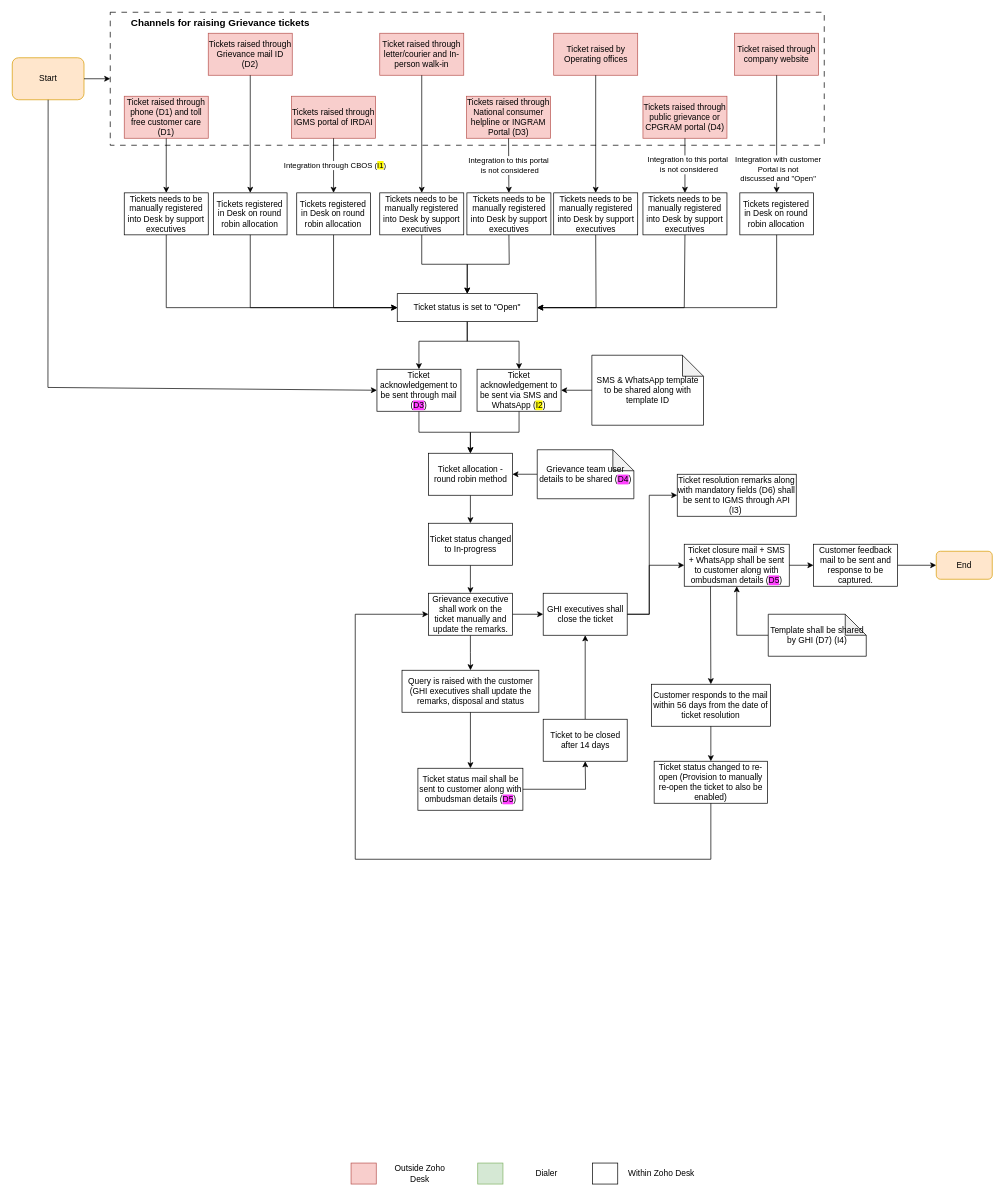
The draw.io diagram Grievance management.drawio in shaileshsreedar/Galaxy, before the edit. Source tidied: cells renumbered, new cells numbered last; positions are measured from the earlier drawing's top-left corner, leaving out a move shared by most shapes. Both pictures are drawn from the tidied source at 70%, with x=0, y=0 at pixel (12, 12).
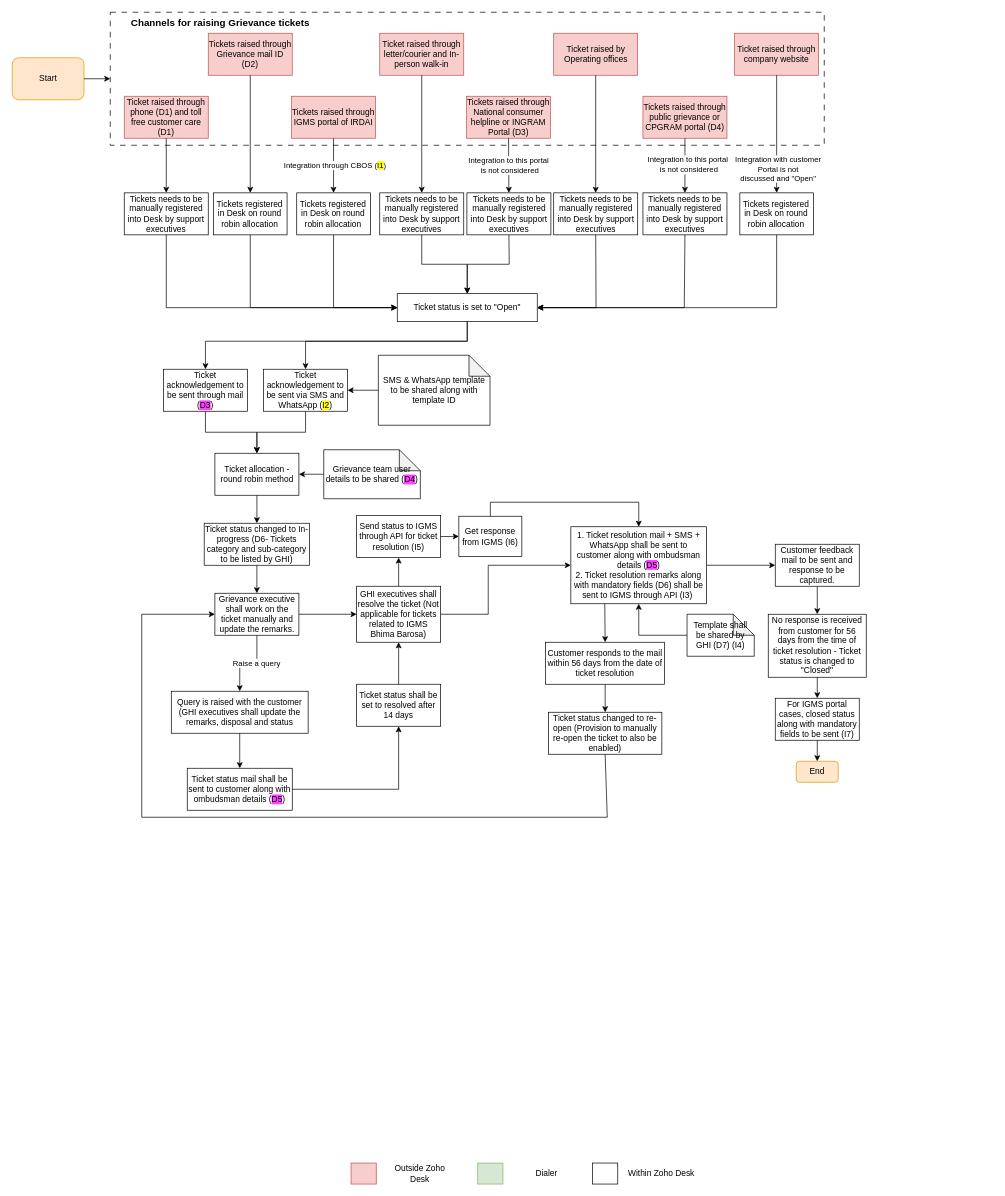
The same diagram, later.

Unchanged cells that the change refers to:
```xml
<mxCell id="4" value="Start" style="rounded=1;whiteSpace=wrap;html=1;fillColor=#ffe6cc;strokeColor=#d79b00;" parent="1" vertex="1">
  <mxGeometry y="65" width="102.5" height="60" as="geometry" />
</mxCell>
<mxCell id="41" value="Ticket status is set to &quot;Open&quot;" style="rounded=0;whiteSpace=wrap;html=1;" parent="1" vertex="1">
  <mxGeometry x="550" y="402" width="200" height="40" as="geometry" />
</mxCell>
<mxCell id="64" style="edgeStyle=orthogonalEdgeStyle;rounded=0;jettySize=auto;html=1;exitX=0.5;exitY=1;exitDx=0;exitDy=0;" parent="1" edge="1" source="65" target="72">
  <mxGeometry relative="1" as="geometry" />
</mxCell>
```

Change to the diagram source:
```diff
@@
-    <mxCell id="5" style="endArrow=classic;html=1;rounded=0;exitX=0.5;exitY=1;exitDx=0;exitDy=0;entryX=0;entryY=0.5;entryDx=0;entryDy=0;" parent="1" edge="1" source="4" target="51">
-      <mxGeometry relative="1" as="geometry">
-        <Array as="points">
-          <mxPoint x="51" y="536" />
-        </Array>
-      </mxGeometry>
-    </mxCell>
@@
-    <mxCell id="40" style="edgeStyle=orthogonalEdgeStyle;rounded=0;jettySize=auto;html=1;exitX=0.5;exitY=1;exitDx=0;exitDy=0;entryX=0.5;entryY=0;entryDx=0;entryDy=0;" parent="1" edge="1" source="41" target="53">
-      <mxGeometry relative="1" as="geometry">
-        <Array as="points">
-          <mxPoint x="650" y="470" />
-          <mxPoint x="724" y="470" />
-        </Array>
-      </mxGeometry>
-    </mxCell>
@@
     <mxCell id="51" value="Ticket acknowledgement to be sent through mail (&lt;span style=&quot;background-color: rgb(255, 64, 255);&quot;&gt;D3&lt;/span&gt;)" style="rounded=0;whiteSpace=wrap;html=1;" parent="1" vertex="1">
-      <mxGeometry x="521" y="510" width="120" height="60" as="geometry" />
+      <mxGeometry x="216" y="510" width="120" height="60" as="geometry" />
     </mxCell>
@@
     <mxCell id="53" value="Ticket acknowledgement to be sent via SMS and WhatsApp (&lt;span style=&quot;background-color: rgb(255, 251, 0);&quot;&gt;I2&lt;/span&gt;)" style="rounded=0;whiteSpace=wrap;html=1;" parent="1" vertex="1">
-      <mxGeometry x="664" y="510" width="120" height="60" as="geometry" />
+      <mxGeometry x="359" y="510" width="120" height="60" as="geometry" />
     </mxCell>
     <mxCell id="54" value="SMS &amp;amp; WhatsApp template to be shared along with template ID" style="shape=note;whiteSpace=wrap;html=1;backgroundOutline=1;darkOpacity=0.05;" parent="1" vertex="1">
-      <mxGeometry x="828" y="490" width="159.5" height="100" as="geometry" />
+      <mxGeometry x="523" y="490" width="159.5" height="100" as="geometry" />
     </mxCell>
@@
     <mxCell id="56" style="endArrow=classic;html=1;rounded=0;exitX=0.5;exitY=1;exitDx=0;exitDy=0;entryX=0.5;entryY=0;entryDx=0;entryDy=0;" parent="1" edge="1" source="41" target="51">
       <mxGeometry relative="1" as="geometry">
         <Array as="points">
           <mxPoint x="650" y="470" />
-          <mxPoint x="581" y="470" />
+          <mxPoint x="276" y="470" />
         </Array>
       </mxGeometry>
     </mxCell>
@@
     <mxCell id="58" value="Ticket allocation - round robin method" style="rounded=0;whiteSpace=wrap;html=1;" parent="1" vertex="1">
-      <mxGeometry x="594.5" y="630" width="120" height="60" as="geometry" />
+      <mxGeometry x="289.5" y="630" width="120" height="60" as="geometry" />
     </mxCell>
@@
     <mxCell id="60" value="Grievance team user details to be shared (&lt;span style=&quot;background-color: rgb(255, 64, 255);&quot;&gt;D4&lt;/span&gt;)" style="shape=note;whiteSpace=wrap;html=1;backgroundOutline=1;darkOpacity=0.05;" parent="1" vertex="1">
-      <mxGeometry x="750" y="625" width="138" height="70" as="geometry" />
+      <mxGeometry x="445" y="625" width="138" height="70" as="geometry" />
     </mxCell>
@@
-    <mxCell id="62" value="Ticket status changed to In-progress" style="rounded=0;whiteSpace=wrap;html=1;" parent="1" vertex="1">
-      <mxGeometry x="594.5" y="730" width="120" height="60" as="geometry" />
+    <mxCell id="62" value="Ticket status changed to In-progress (D6- Tickets category and sub-category to be listed by GHI)" style="rounded=0;whiteSpace=wrap;html=1;" parent="1" vertex="1">
+      <mxGeometry x="274.2" y="730" width="150.5" height="60" as="geometry" />
     </mxCell>
@@
+    <mxCell id="88" value="Raise a query" style="edgeLabel;html=1;align=center;verticalAlign=middle;" parent="64" vertex="1">
+      <mxGeometry x="-0.25" y="-1" relative="1" as="geometry" />
+    </mxCell>
     <mxCell id="65" value="Grievance executive shall work on the ticket manually and update the remarks." style="rounded=0;whiteSpace=wrap;html=1;" parent="1" vertex="1">
-      <mxGeometry x="594.5" y="830" width="120" height="60" as="geometry" />
+      <mxGeometry x="289.5" y="830" width="120" height="60" as="geometry" />
     </mxCell>
-    <mxCell id="66" style="edgeStyle=orthogonalEdgeStyle;rounded=0;jettySize=auto;html=1;exitX=1;exitY=0.5;exitDx=0;exitDy=0;entryX=0;entryY=0.5;entryDx=0;entryDy=0;" parent="1" edge="1" source="67" target="69">
-      <mxGeometry relative="1" as="geometry">
-        <Array as="points">
-          <mxPoint x="910" y="860" />
-          <mxPoint x="910" y="690" />
-        </Array>
-      </mxGeometry>
-    </mxCell>
+    <mxCell id="89" style="edgeStyle=orthogonalEdgeStyle;rounded=0;jettySize=auto;html=1;exitX=0.5;exitY=0;exitDx=0;exitDy=0;entryX=0.5;entryY=1;entryDx=0;entryDy=0;" parent="1" edge="1" source="67" target="91">
+      <mxGeometry relative="1" as="geometry" />
+    </mxCell>
-    <mxCell id="67" value="GHI executives shall close the ticket" style="rounded=0;whiteSpace=wrap;html=1;" parent="1" vertex="1">
-      <mxGeometry x="758.5" y="830" width="120" height="60" as="geometry" />
+    <mxCell id="67" value="GHI executives shall resolve the ticket (Not applicable for tickets related to IGMS Bhima Barosa)" style="rounded=0;whiteSpace=wrap;html=1;" parent="1" vertex="1">
+      <mxGeometry x="492" y="820" width="120" height="80" as="geometry" />
     </mxCell>
-    <mxCell id="68" value="Ticket closure mail + SMS + WhatsApp shall be sent to customer along with ombudsman details (&lt;span style=&quot;background-color: rgb(255, 64, 255);&quot;&gt;D5&lt;/span&gt;)" style="rounded=0;whiteSpace=wrap;html=1;" parent="1" vertex="1">
-      <mxGeometry x="960" y="760" width="150" height="60" as="geometry" />
+    <mxCell id="68" value="1. Ticket resolution mail + SMS + WhatsApp shall be sent to customer along with ombudsman details (&lt;span style=&quot;background-color: rgb(255, 64, 255);&quot;&gt;D5&lt;/span&gt;)&lt;div&gt;2. Ticket resolution remarks along with mandatory fields (D6) shall be sent to IGMS through API (I3)&amp;nbsp;&lt;br&gt;&lt;/div&gt;" style="rounded=0;whiteSpace=wrap;html=1;" parent="1" vertex="1">
+      <mxGeometry x="798" y="735" width="194" height="110" as="geometry" />
     </mxCell>
-    <mxCell id="69" value="Ticket resolution remarks along with mandatory fields (D6) shall be sent to IGMS through API (I3)&amp;nbsp;" style="rounded=0;whiteSpace=wrap;html=1;" parent="1" vertex="1">
-      <mxGeometry x="950" y="660" width="170" height="60" as="geometry" />
-    </mxCell>
@@
-    <mxCell id="71" value="Template shall be shared by GHI (D7) (I4)" style="shape=note;whiteSpace=wrap;html=1;backgroundOutline=1;darkOpacity=0.05;" parent="1" vertex="1">
-      <mxGeometry x="1080" y="860" width="140" height="60" as="geometry" />
+    <mxCell id="71" value="Template shall&lt;div&gt;be shared by GHI (D7) (I4)&lt;/div&gt;" style="shape=note;whiteSpace=wrap;html=1;backgroundOutline=1;darkOpacity=0.05;" parent="1" vertex="1">
+      <mxGeometry x="964" y="860" width="96" height="60" as="geometry" />
     </mxCell>
     <mxCell id="72" value="Query is raised with the customer (GHI executives shall update the remarks, disposal and status" style="rounded=0;whiteSpace=wrap;html=1;" parent="1" vertex="1">
-      <mxGeometry x="556.8" y="940" width="195.5" height="60" as="geometry" />
+      <mxGeometry x="227.2" y="970" width="195.5" height="60" as="geometry" />
     </mxCell>
     <mxCell id="73" value="Ticket status mail shall be sent to customer along with ombudsman details (&lt;span style=&quot;background-color: rgb(255, 64, 255);&quot;&gt;D5&lt;/span&gt;)" style="rounded=0;whiteSpace=wrap;html=1;" parent="1" vertex="1">
-      <mxGeometry x="579.5" y="1080" width="150" height="60" as="geometry" />
+      <mxGeometry x="250" y="1080" width="150" height="60" as="geometry" />
     </mxCell>
@@
-    <mxCell id="75" value="Ticket to be closed after 14 days" style="rounded=0;whiteSpace=wrap;html=1;" parent="1" vertex="1">
-      <mxGeometry x="758.5" y="1010" width="120" height="60" as="geometry" />
+    <mxCell id="75" value="Ticket status shall be set to resolved after 14 days" style="rounded=0;whiteSpace=wrap;html=1;" parent="1" vertex="1">
+      <mxGeometry x="492" y="960" width="120" height="60" as="geometry" />
     </mxCell>
@@
-    <mxCell id="77" style="edgeStyle=orthogonalEdgeStyle;rounded=0;jettySize=auto;html=1;exitX=1;exitY=0.5;exitDx=0;exitDy=0;entryX=0;entryY=0.5;entryDx=0;entryDy=0;" parent="1" edge="1" source="78" target="80">
-      <mxGeometry relative="1" as="geometry" />
-    </mxCell>
+    <mxCell id="90" style="edgeStyle=orthogonalEdgeStyle;rounded=0;jettySize=auto;html=1;exitX=0.5;exitY=1;exitDx=0;exitDy=0;" parent="1" edge="1" source="78" target="95">
+      <mxGeometry relative="1" as="geometry" />
+    </mxCell>
     <mxCell id="78" value="Customer feedback mail to be sent and response to be captured." style="rounded=0;whiteSpace=wrap;html=1;" parent="1" vertex="1">
-      <mxGeometry x="1144.6" y="760" width="120" height="60" as="geometry" />
+      <mxGeometry x="1090" y="760" width="120" height="60" as="geometry" />
     </mxCell>
@@
-    <mxCell id="80" value="End" style="rounded=1;whiteSpace=wrap;html=1;fillColor=#ffe6cc;strokeColor=#d79b00;" parent="1" vertex="1">
-      <mxGeometry x="1320" y="770" width="80" height="40" as="geometry" />
-    </mxCell>
     <mxCell id="81" style="endArrow=classic;html=1;rounded=0;exitX=1;exitY=0.5;exitDx=0;exitDy=0;entryX=0.5;entryY=1;entryDx=0;entryDy=0;" parent="1" edge="1" source="73" target="75">
       <mxGeometry relative="1" as="geometry">
         <Array as="points">
-          <mxPoint x="819" y="1110" />
+          <mxPoint x="552" y="1110" />
         </Array>
       </mxGeometry>
     </mxCell>
-    <mxCell id="82" style="endArrow=classic;html=1;rounded=0;exitX=1;exitY=0.5;exitDx=0;exitDy=0;entryX=0;entryY=0.5;entryDx=0;entryDy=0;" parent="1" edge="1" source="67" target="68">
-      <mxGeometry relative="1" as="geometry">
-        <Array as="points">
-          <mxPoint x="910" y="860" />
-          <mxPoint x="910" y="790" />
-        </Array>
-      </mxGeometry>
-    </mxCell>
     <mxCell id="83" value="Customer responds to the mail within 56 days from the date of ticket resolution" style="rounded=0;whiteSpace=wrap;html=1;" parent="1" vertex="1">
-      <mxGeometry x="913" y="960" width="170" height="60" as="geometry" />
+      <mxGeometry x="762" y="900" width="170" height="60" as="geometry" />
     </mxCell>
@@
     <mxCell id="85" value="Ticket status changed to re-open (Provision to manually re-open the ticket to also be enabled)" style="rounded=0;whiteSpace=wrap;html=1;" parent="1" vertex="1">
-      <mxGeometry x="917" y="1070" width="162" height="60" as="geometry" />
+      <mxGeometry x="766" y="1000" width="162" height="60" as="geometry" />
     </mxCell>
@@
     <mxCell id="87" style="endArrow=classic;html=1;rounded=0;exitX=0.5;exitY=1;exitDx=0;exitDy=0;entryX=0;entryY=0.5;entryDx=0;entryDy=0;" parent="1" edge="1" source="85" target="65">
       <mxGeometry relative="1" as="geometry">
         <Array as="points">
-          <mxPoint x="998" y="1210" />
-          <mxPoint x="490" y="1210" />
-          <mxPoint x="490" y="860" />
+          <mxPoint x="850" y="1150" />
+          <mxPoint x="185" y="1150" />
+          <mxPoint x="185" y="860" />
         </Array>
       </mxGeometry>
     </mxCell>
+    <mxCell id="91" value="Send status to IGMS through API for ticket resolution (I5)" style="rounded=0;whiteSpace=wrap;html=1;" parent="1" vertex="1">
+      <mxGeometry x="492" y="719" width="120" height="60" as="geometry" />
+    </mxCell>
+    <mxCell id="92" value="Get response from IGMS (I6)" style="rounded=0;whiteSpace=wrap;html=1;" parent="1" vertex="1">
+      <mxGeometry x="638" y="720" width="90" height="57.5" as="geometry" />
+    </mxCell>
+    <mxCell id="40" style="endArrow=classic;html=1;rounded=0;exitX=0.5;exitY=1;exitDx=0;exitDy=0;entryX=0.5;entryY=0;entryDx=0;entryDy=0;" parent="1" edge="1" source="41" target="53">
+      <mxGeometry relative="1" as="geometry">
+        <Array as="points">
+          <mxPoint x="650" y="470" />
+          <mxPoint x="419" y="470" />
+        </Array>
+      </mxGeometry>
+    </mxCell>
+    <mxCell id="82" style="endArrow=classic;html=1;rounded=0;exitX=1;exitY=0.5;exitDx=0;exitDy=0;entryX=0;entryY=0.5;entryDx=0;entryDy=0;" parent="1" edge="1" source="67" target="68">
+      <mxGeometry relative="1" as="geometry">
+        <Array as="points">
+          <mxPoint x="680" y="860" />
+          <mxPoint x="680" y="790" />
+        </Array>
+      </mxGeometry>
+    </mxCell>
+    <mxCell id="93" style="endArrow=classic;html=1;rounded=0;exitX=0.5;exitY=0;exitDx=0;exitDy=0;entryX=0.5;entryY=0;entryDx=0;entryDy=0;" parent="1" edge="1" source="92" target="68">
+      <mxGeometry relative="1" as="geometry">
+        <Array as="points">
+          <mxPoint x="683" y="700" />
+          <mxPoint x="895" y="700" />
+        </Array>
+      </mxGeometry>
+    </mxCell>
+    <mxCell id="94" style="endArrow=classic;html=1;rounded=0;exitX=1;exitY=0.5;exitDx=0;exitDy=0;entryX=0;entryY=0.5;entryDx=0;entryDy=0;" parent="1" edge="1" source="91" target="92">
+      <mxGeometry relative="1" as="geometry" />
+    </mxCell>
+    <mxCell id="95" value="No response is received from customer for 56 days from the time of ticket resolution - Ticket status is changed to &quot;Closed&quot;" style="rounded=0;whiteSpace=wrap;html=1;" parent="1" vertex="1">
+      <mxGeometry x="1080" y="860" width="140" height="90" as="geometry" />
+    </mxCell>
+    <mxCell id="80" value="End" style="rounded=1;whiteSpace=wrap;html=1;fillColor=#ffe6cc;strokeColor=#d79b00;" parent="1" vertex="1">
+      <mxGeometry x="1120" y="1070" width="60" height="30" as="geometry" />
+    </mxCell>
+    <mxCell id="96" style="endArrow=classic;html=1;rounded=0;exitX=0.5;exitY=1;exitDx=0;exitDy=0;entryX=0.5;entryY=0;entryDx=0;entryDy=0;" parent="1" edge="1" source="95" target="97">
+      <mxGeometry relative="1" as="geometry" />
+    </mxCell>
+    <mxCell id="97" value="For IGMS portal cases, closed status along with mandatory fields to be sent (I7)" style="rounded=0;whiteSpace=wrap;html=1;" parent="1" vertex="1">
+      <mxGeometry x="1090" y="980" width="120" height="60" as="geometry" />
+    </mxCell>
+    <mxCell id="98" style="endArrow=classic;html=1;rounded=0;exitX=0.5;exitY=1;exitDx=0;exitDy=0;entryX=0.5;entryY=0;entryDx=0;entryDy=0;" parent="1" edge="1" source="97" target="80">
+      <mxGeometry relative="1" as="geometry" />
+    </mxCell>
```
